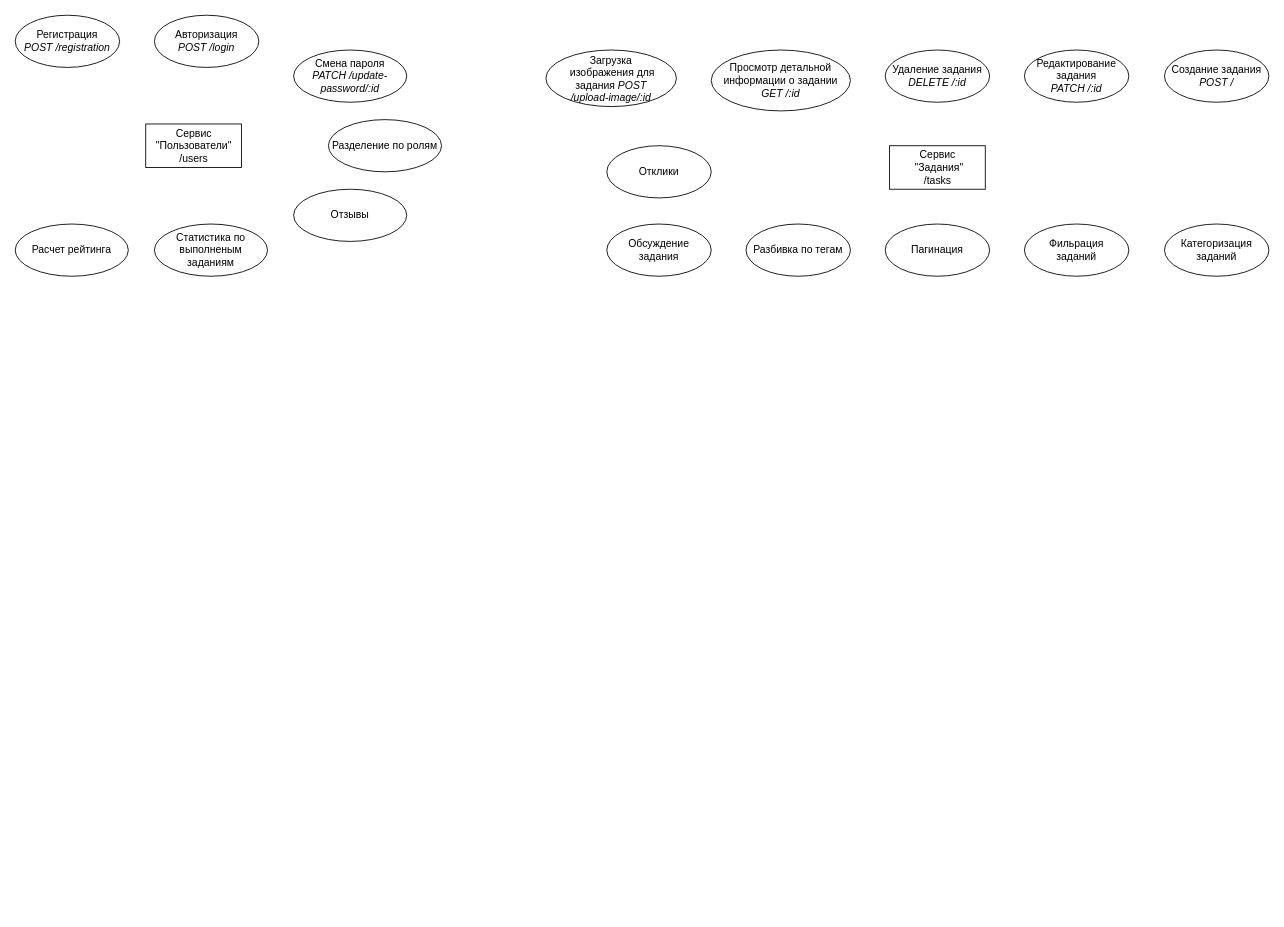
Earlier version of the draw.io diagram page "2_задачи_сервисов" (2 of 2) of specification.drawio (SergeyZasimov/taskforce). Source tidied: cells renumbered, new cells numbered last; positions are measured from the earlier drawing's top-left corner, leaving out a move shared by most shapes. Both pictures are drawn from the tidied source at 87%, with x=0, y=0 at pixel (15, 15).
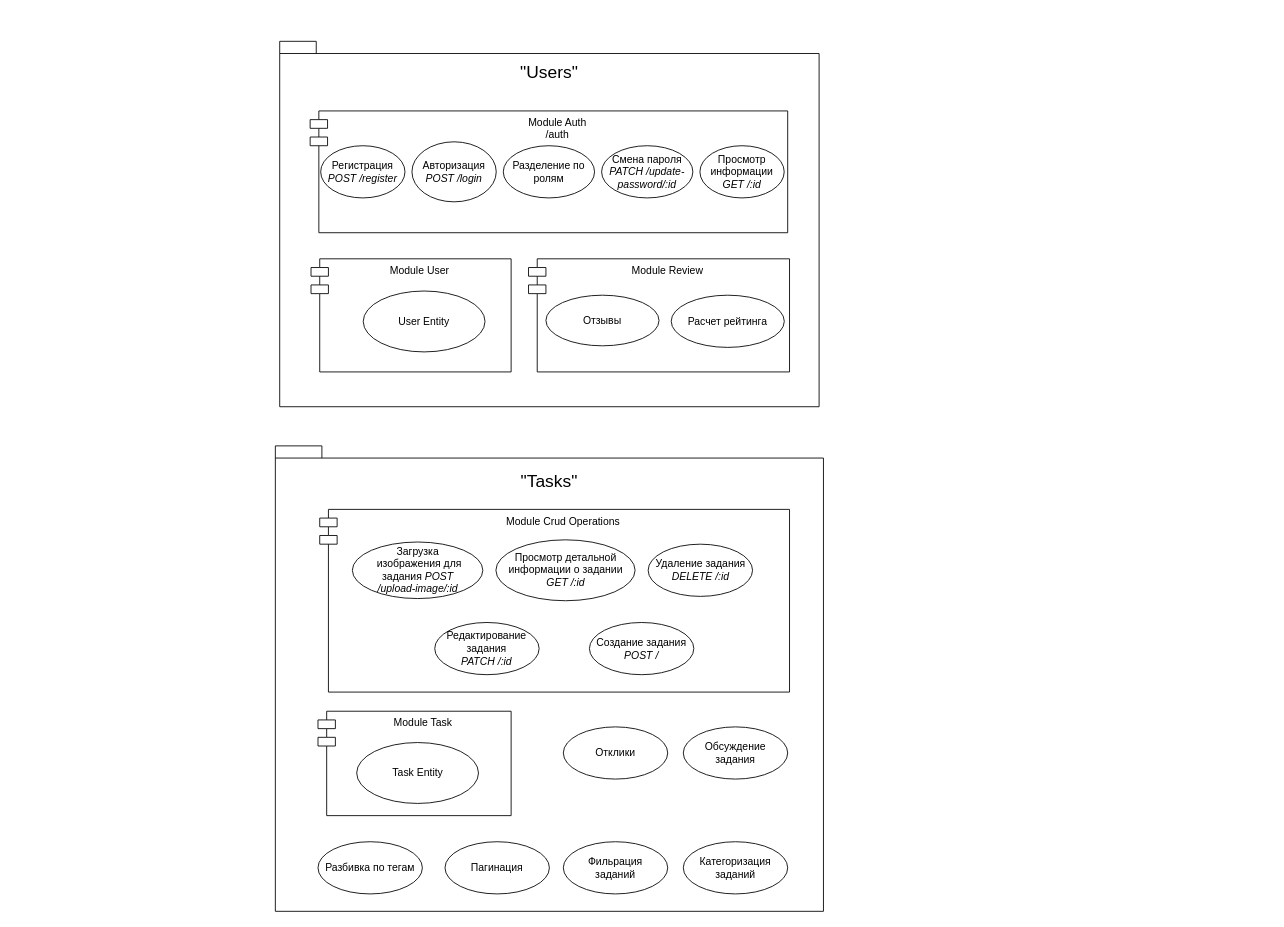
Above is the later version.

The edit, as a diff of the source:
```diff
@@
-    <mxCell id="2" value="Регистрация&lt;br&gt;&lt;i&gt;POST&amp;nbsp;&lt;/i&gt;&lt;i style=&quot;font-size: 12px&quot;&gt;/registration&lt;/i&gt;" style="ellipse;whiteSpace=wrap;html=1;fontSize=12;" parent="1" vertex="1">
-      <mxGeometry width="120" height="60" as="geometry" />
-    </mxCell>
-    <mxCell id="3" value="Авторизация&lt;br style=&quot;font-size: 12px&quot;&gt;&lt;i style=&quot;font-size: 12px&quot;&gt;POST /login&lt;/i&gt;" style="ellipse;whiteSpace=wrap;html=1;fontSize=12;" parent="1" vertex="1">
-      <mxGeometry x="160" width="120" height="60" as="geometry" />
-    </mxCell>
-    <mxCell id="4" value="Смена пароля&lt;br style=&quot;font-size: 12px&quot;&gt;&lt;i style=&quot;font-size: 12px&quot;&gt;PATCH /update-password/:id&lt;/i&gt;" style="ellipse;whiteSpace=wrap;html=1;fontSize=12;" parent="1" vertex="1">
-      <mxGeometry x="320" y="40" width="130" height="60" as="geometry" />
-    </mxCell>
-    <mxCell id="5" value="Расчет рейтинга" style="ellipse;whiteSpace=wrap;html=1;fontSize=12;" parent="1" vertex="1">
-      <mxGeometry y="240" width="130" height="60" as="geometry" />
-    </mxCell>
-    <mxCell id="6" value="Статистика по выполненым заданиям" style="ellipse;whiteSpace=wrap;html=1;fontSize=12;" parent="1" vertex="1">
-      <mxGeometry x="160" y="240" width="130" height="60" as="geometry" />
-    </mxCell>
-    <mxCell id="7" value="Разделение по ролям" style="ellipse;whiteSpace=wrap;html=1;fontSize=12;" parent="1" vertex="1">
-      <mxGeometry x="360" y="120" width="130" height="60" as="geometry" />
-    </mxCell>
-    <mxCell id="8" value="Отзывы" style="ellipse;whiteSpace=wrap;html=1;fontSize=12;" parent="1" vertex="1">
-      <mxGeometry x="320" y="200" width="130" height="60" as="geometry" />
-    </mxCell>
-    <mxCell id="9" value="Сервис&lt;br&gt;&amp;nbsp;&quot;Задания&quot;&lt;br&gt;/tasks" style="html=1;fontSize=12;" parent="1" vertex="1">
-      <mxGeometry x="1005" y="150" width="110" height="50" as="geometry" />
-    </mxCell>
+    <mxCell id="22" style="shape=folder;fontStyle=1;spacingTop=10;tabWidth=40;tabHeight=14;tabPosition=left;html=1;fontSize=12;" parent="1" vertex="1">
+      <mxGeometry x="299" y="495" width="630" height="535" as="geometry" />
+    </mxCell>
+    <mxCell id="23" value="Module Crud Operations" style="shape=module;align=left;spacingLeft=20;align=center;verticalAlign=top;fontSize=12;" parent="1" vertex="1">
+      <mxGeometry x="350" y="568" width="540" height="210" as="geometry" />
+    </mxCell>
+    <mxCell id="24" style="shape=folder;fontStyle=1;spacingTop=10;tabWidth=40;tabHeight=14;tabPosition=left;html=1;" parent="1" vertex="1">
+      <mxGeometry x="304" y="30" width="620" height="420" as="geometry" />
+    </mxCell>
     <mxCell id="10" value="Создание задания&lt;br&gt;&lt;i&gt;POST /&lt;/i&gt;" style="ellipse;whiteSpace=wrap;html=1;fontSize=12;" parent="1" vertex="1">
-      <mxGeometry x="1321" y="40" width="120" height="60" as="geometry" />
+      <mxGeometry x="660" y="698" width="120" height="60" as="geometry" />
     </mxCell>
     <mxCell id="11" value="Редактирование задания&lt;br&gt;&lt;i&gt;PATCH /:id&lt;/i&gt;" style="ellipse;whiteSpace=wrap;html=1;fontSize=12;" parent="1" vertex="1">
-      <mxGeometry x="1160" y="40" width="120" height="60" as="geometry" />
+      <mxGeometry x="482.2" y="698" width="120" height="60" as="geometry" />
     </mxCell>
     <mxCell id="12" value="Удаление задания&lt;br&gt;&lt;i&gt;DELETE /:id&lt;/i&gt;" style="ellipse;whiteSpace=wrap;html=1;fontSize=12;" parent="1" vertex="1">
-      <mxGeometry x="1000" y="40" width="120" height="60" as="geometry" />
+      <mxGeometry x="727.5" y="608" width="120" height="60" as="geometry" />
     </mxCell>
     <mxCell id="13" value="Просмотр детальной информации о задании&lt;br&gt;&lt;i&gt;GET /:id&lt;/i&gt;" style="ellipse;whiteSpace=wrap;html=1;fontSize=12;" parent="1" vertex="1">
-      <mxGeometry x="800" y="40" width="160" height="70" as="geometry" />
+      <mxGeometry x="552.5" y="603" width="160" height="70" as="geometry" />
     </mxCell>
     <mxCell id="14" value="Загрузка&lt;br&gt;&amp;nbsp;изображения для задания&amp;nbsp;&lt;i&gt;POST &lt;br&gt;/upload-image/:id&lt;/i&gt;" style="ellipse;whiteSpace=wrap;html=1;fontSize=12;" parent="1" vertex="1">
-      <mxGeometry x="610" y="40" width="150" height="65" as="geometry" />
+      <mxGeometry x="387.5" y="605.5" width="150" height="65" as="geometry" />
     </mxCell>
     <mxCell id="15" value="Обсуждение задания" style="ellipse;whiteSpace=wrap;html=1;fontSize=12;" parent="1" vertex="1">
-      <mxGeometry x="680" y="240" width="120" height="60" as="geometry" />
+      <mxGeometry x="767.9" y="818" width="120" height="60" as="geometry" />
     </mxCell>
     <mxCell id="16" value="Отклики" style="ellipse;whiteSpace=wrap;html=1;fontSize=12;" parent="1" vertex="1">
-      <mxGeometry x="680" y="150" width="120" height="60" as="geometry" />
+      <mxGeometry x="630" y="818" width="120" height="60" as="geometry" />
     </mxCell>
     <mxCell id="17" value="Пагинация" style="ellipse;whiteSpace=wrap;html=1;fontSize=12;" parent="1" vertex="1">
-      <mxGeometry x="1000" y="240" width="120" height="60" as="geometry" />
+      <mxGeometry x="494" y="950" width="120" height="60" as="geometry" />
     </mxCell>
     <mxCell id="18" value="Категоризация заданий" style="ellipse;whiteSpace=wrap;html=1;fontSize=12;" parent="1" vertex="1">
-      <mxGeometry x="1321" y="240" width="120" height="60" as="geometry" />
+      <mxGeometry x="767.9" y="950" width="120" height="60" as="geometry" />
     </mxCell>
     <mxCell id="19" value="Фильрация&lt;br&gt;заданий" style="ellipse;whiteSpace=wrap;html=1;fontSize=12;" parent="1" vertex="1">
-      <mxGeometry x="1160" y="240" width="120" height="60" as="geometry" />
+      <mxGeometry x="630" y="950" width="120" height="60" as="geometry" />
     </mxCell>
     <mxCell id="20" value="Разбивка по тегам" style="ellipse;whiteSpace=wrap;html=1;fontSize=12;" parent="1" vertex="1">
-      <mxGeometry x="840" y="240" width="120" height="60" as="geometry" />
+      <mxGeometry x="348" y="950" width="120" height="60" as="geometry" />
     </mxCell>
-    <mxCell id="21" value="Сервис&lt;br&gt;&quot;Пользователи&quot;&lt;br&gt;/users" style="html=1;fontSize=12;" parent="1" vertex="1">
-      <mxGeometry x="150" y="125" width="110" height="50" as="geometry" />
-    </mxCell>
+    <mxCell id="25" style="group;" parent="1" vertex="1">
+      <mxGeometry x="339" y="110" width="548.9" height="140" as="geometry" />
+    </mxCell>
+    <mxCell id="26" value="Module Auth&#10;/auth" style="shape=module;align=left;spacingLeft=20;align=center;verticalAlign=top;" parent="25" vertex="1">
+      <mxGeometry width="548.9" height="140" as="geometry" />
+    </mxCell>
+    <mxCell id="4" value="Смена пароля&lt;br style=&quot;font-size: 12px&quot;&gt;&lt;i style=&quot;font-size: 12px&quot;&gt;PATCH /update-password/:id&lt;/i&gt;" style="ellipse;whiteSpace=wrap;html=1;fontSize=12;" parent="25" vertex="1">
+      <mxGeometry x="335" y="40" width="104.9" height="60" as="geometry" />
+    </mxCell>
+    <mxCell id="27" value="Просмотр информации&lt;br style=&quot;font-size: 12px&quot;&gt;&lt;i&gt;GET /:id&lt;/i&gt;" style="ellipse;whiteSpace=wrap;html=1;fontSize=12;" parent="25" vertex="1">
+      <mxGeometry x="448" y="40" width="96.9" height="60" as="geometry" />
+    </mxCell>
+    <mxCell id="2" value="Регистрация&lt;br&gt;&lt;i&gt;POST&amp;nbsp;&lt;/i&gt;&lt;i style=&quot;font-size: 12px&quot;&gt;/register&lt;/i&gt;" style="ellipse;whiteSpace=wrap;html=1;fontSize=12;" parent="25" vertex="1">
+      <mxGeometry x="12.1" y="40" width="96.9" height="60" as="geometry" />
+    </mxCell>
+    <mxCell id="3" value="Авторизация&lt;br style=&quot;font-size: 12px&quot;&gt;&lt;i style=&quot;font-size: 12px&quot;&gt;POST /login&lt;/i&gt;" style="ellipse;whiteSpace=wrap;html=1;fontSize=12;" parent="25" vertex="1">
+      <mxGeometry x="117" y="35.5" width="96.9" height="69" as="geometry" />
+    </mxCell>
+    <mxCell id="7" value="Разделение по ролям" style="ellipse;whiteSpace=wrap;html=1;fontSize=12;" parent="25" vertex="1">
+      <mxGeometry x="222" y="40" width="104.9" height="60" as="geometry" />
+    </mxCell>
+    <mxCell id="28" value="&quot;Users&quot;" style="text;html=1;strokeColor=none;fillColor=none;align=center;verticalAlign=middle;whiteSpace=wrap;rounded=0;fontSize=20;" parent="1" vertex="1">
+      <mxGeometry x="584" y="50" width="60" height="30" as="geometry" />
+    </mxCell>
+    <mxCell id="29" style="group;" parent="1" vertex="1">
+      <mxGeometry x="590" y="280" width="300" height="130" as="geometry" />
+    </mxCell>
+    <mxCell id="30" value="Module Review" style="shape=module;align=left;spacingLeft=20;align=center;verticalAlign=top;" parent="29" vertex="1">
+      <mxGeometry width="300" height="130" as="geometry" />
+    </mxCell>
+    <mxCell id="5" value="Расчет рейтинга" style="ellipse;whiteSpace=wrap;html=1;fontSize=12;" parent="29" vertex="1">
+      <mxGeometry x="164" y="41.8" width="130" height="60" as="geometry" />
+    </mxCell>
+    <mxCell id="8" value="Отзывы" style="ellipse;whiteSpace=wrap;html=1;fontSize=12;" parent="29" vertex="1">
+      <mxGeometry x="20" y="41.8" width="130" height="58.2" as="geometry" />
+    </mxCell>
+    <mxCell id="31" value="Module User" style="shape=module;align=left;spacingLeft=20;align=center;verticalAlign=top;fontSize=12;" parent="1" vertex="1">
+      <mxGeometry x="340" y="280" width="230" height="130" as="geometry" />
+    </mxCell>
+    <mxCell id="32" value="User Entity" style="ellipse;whiteSpace=wrap;html=1;fontSize=12;" parent="1" vertex="1">
+      <mxGeometry x="400" y="317" width="140" height="70" as="geometry" />
+    </mxCell>
+    <mxCell id="33" value="&quot;Tasks&quot;" style="text;html=1;strokeColor=none;fillColor=none;align=center;verticalAlign=middle;whiteSpace=wrap;rounded=0;fontSize=20;" parent="1" vertex="1">
+      <mxGeometry x="583.5" y="520" width="60" height="30" as="geometry" />
+    </mxCell>
+    <mxCell id="34" value="Module Task" style="shape=module;align=left;spacingLeft=20;align=center;verticalAlign=top;fontSize=12;" parent="1" vertex="1">
+      <mxGeometry x="348" y="800" width="222" height="120" as="geometry" />
+    </mxCell>
+    <mxCell id="35" value="Task Entity" style="ellipse;whiteSpace=wrap;html=1;fontSize=12;" parent="1" vertex="1">
+      <mxGeometry x="392.5" y="836" width="140" height="70" as="geometry" />
+    </mxCell>
```
